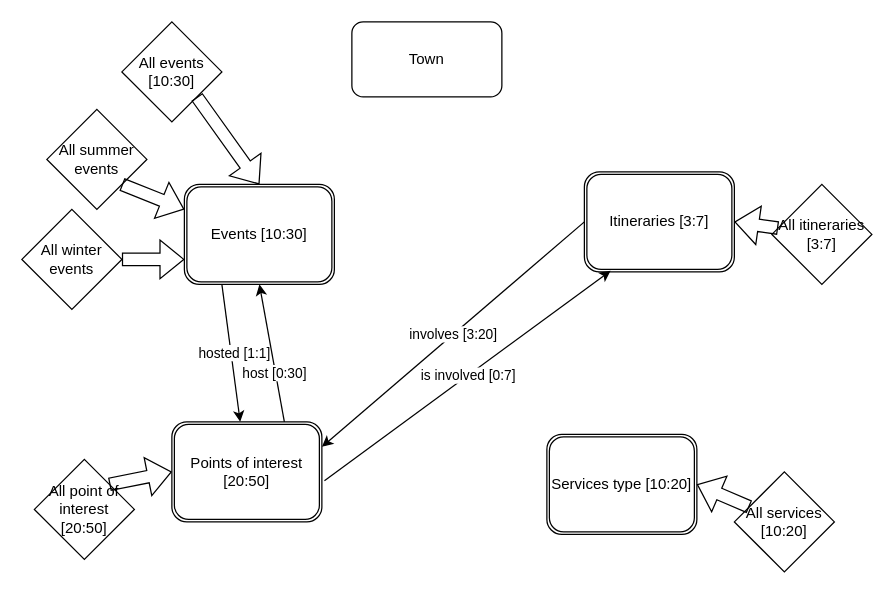
Before: Design-part/drawio/UX diagram part A1 HYP.drawio in SebastianCastellano/Hypermedia-Project, a draw.io diagram. Source tidied: cells renumbered, new cells numbered last; positions are measured from the earlier drawing's top-left corner, leaving out a move shared by most shapes. Both pictures are drawn from the tidied source at 125%, with x=0, y=0 at pixel (21, 21).
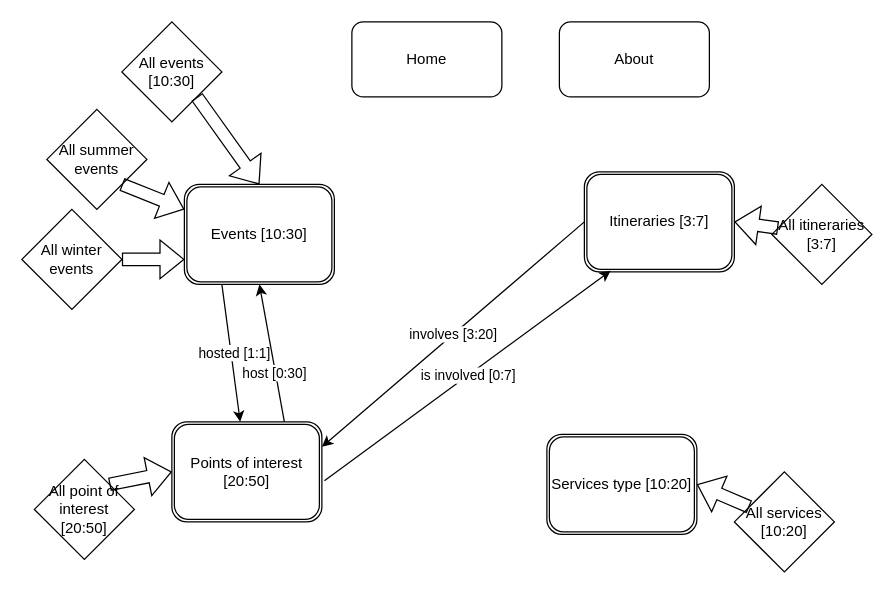
After the change.

What changed in the source:
```diff
@@
-    <mxCell id="3" value="Town" style="rounded=1;whiteSpace=wrap;html=1;" parent="1" vertex="1">
+    <mxCell id="3" value="Home" style="rounded=1;whiteSpace=wrap;html=1;" parent="1" vertex="1">
       <mxGeometry x="264" width="120" height="60" as="geometry" />
     </mxCell>
@@
+    <mxCell id="25" value="About" style="rounded=1;whiteSpace=wrap;html=1;" parent="1" vertex="1">
+      <mxGeometry x="430" width="120" height="60" as="geometry" />
+    </mxCell>
```
